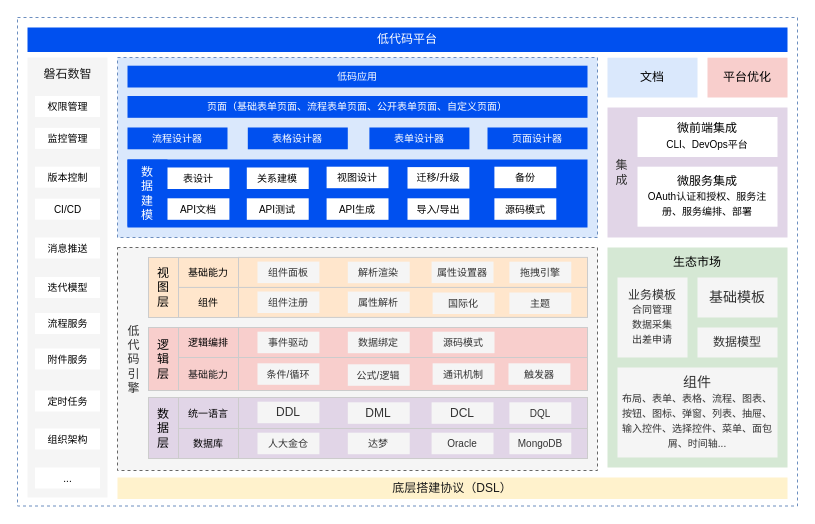
This is 低代码—业务架构图.drawio from tangyaosimida/love, a draw.io file, before an edit. Source tidied: cells renumbered, new cells numbered last; positions are measured from the earlier drawing's top-left corner, leaving out a move shared by most shapes. Both pictures are drawn from the tidied source at 100%, with x=0, y=0 at pixel (17, 17).
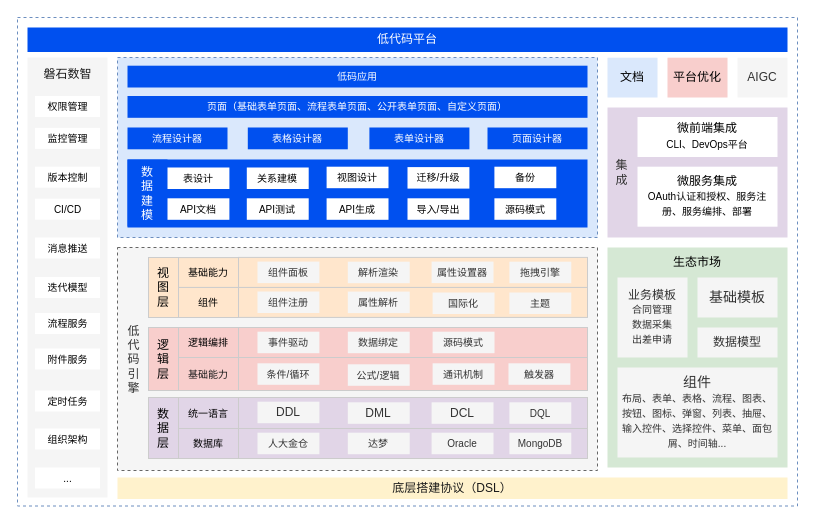
The same page after the edit.

Commit message:
更新低代码—业务架构图.drawio

The edit, as a diff of the source:
```diff
@@
     <mxCell id="88" value="文档" style="rounded=0;whiteSpace=wrap;html=1;fillColor=#dae8fc;strokeColor=none;" parent="1" vertex="1">
-      <mxGeometry x="590" y="40.2" width="90" height="39.8" as="geometry" />
+      <mxGeometry x="590" y="40.2" width="50" height="39.8" as="geometry" />
     </mxCell>
     <mxCell id="89" value="平台优化" style="rounded=0;whiteSpace=wrap;html=1;fillColor=#f8cecc;strokeColor=none;" parent="1" vertex="1">
-      <mxGeometry x="690" y="40.2" width="80" height="39.8" as="geometry" />
+      <mxGeometry x="650" y="40.2" width="60" height="39.8" as="geometry" />
     </mxCell>
+    <mxCell id="90" value="AIGC" style="rounded=0;whiteSpace=wrap;html=1;fillColor=#f5f5f5;strokeColor=none;fontColor=#333333;" parent="1" vertex="1">
+      <mxGeometry x="720" y="40.2" width="50" height="39.8" as="geometry" />
+    </mxCell>
```
